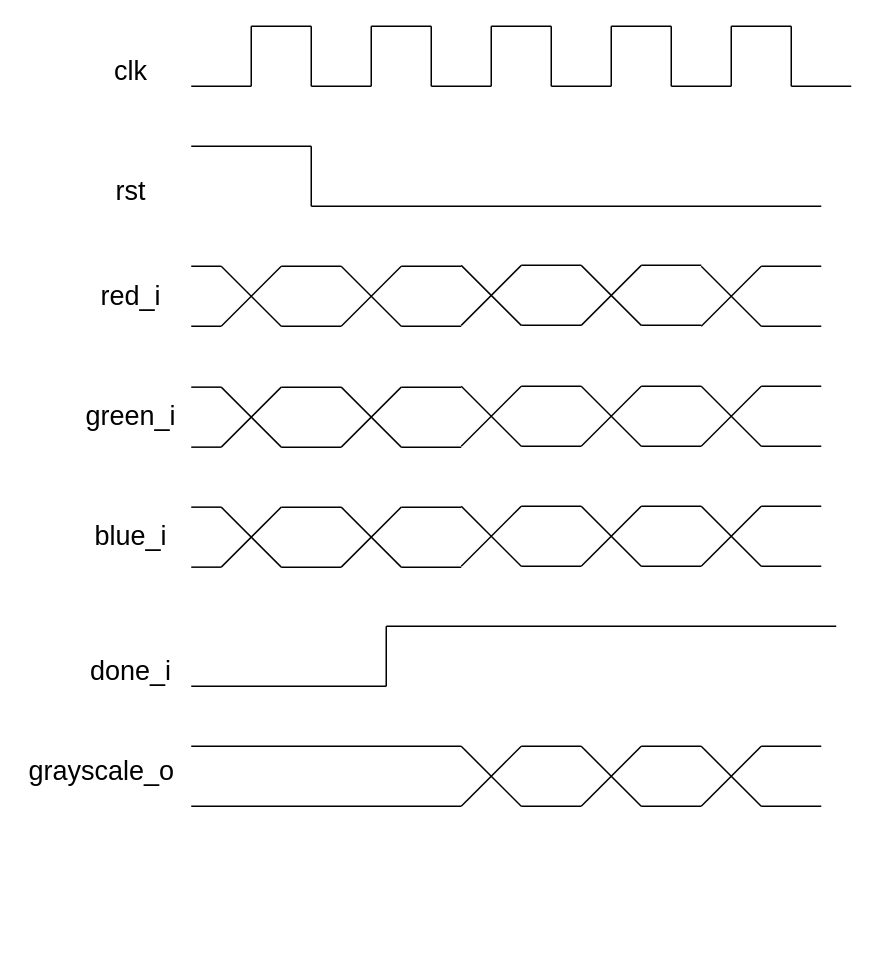
Earlier version of the draw.io diagram rgbtogray.drawio (Thanh0803/ns3-project). Source tidied: cells renumbered, new cells numbered last; positions are measured from the earlier drawing's top-left corner, leaving out a move shared by most shapes. Both pictures are drawn from the tidied source at 150%, with x=0, y=0 at pixel (26, 26).
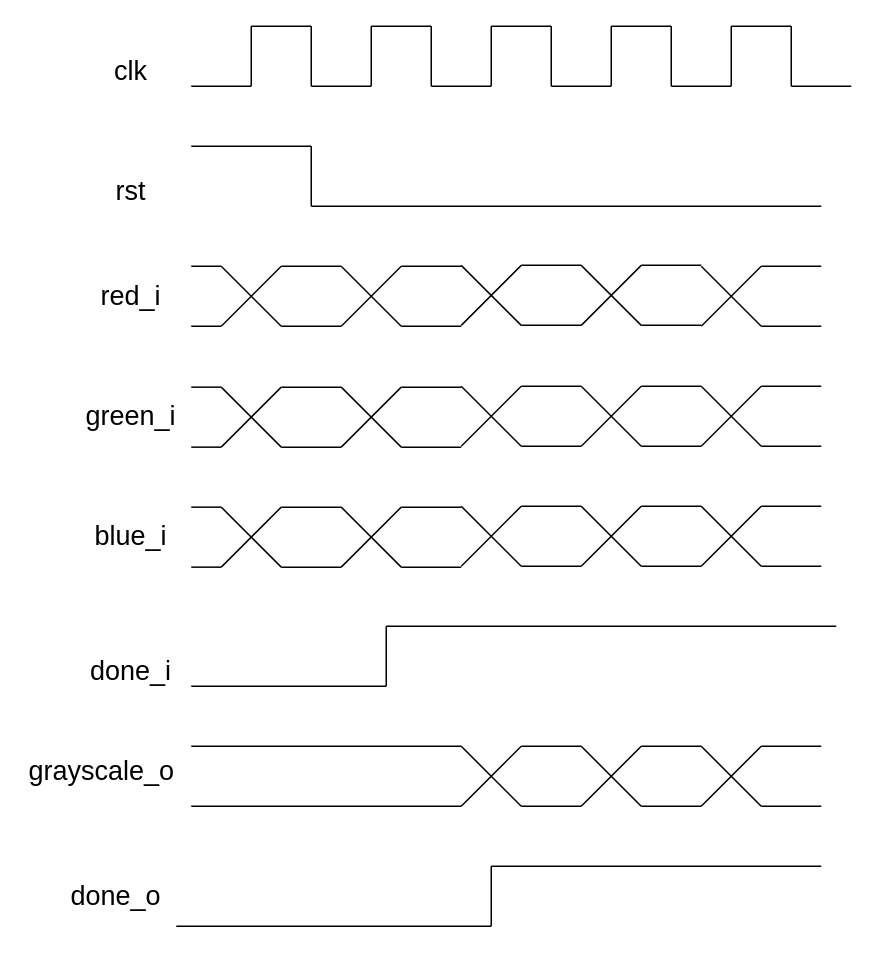
The same page after the edit.

What changed in the source:
```diff
@@
     <mxCell id="99" style="endArrow=none;html=1;" parent="1" edge="1">
       <mxGeometry relative="1" as="geometry">
-        <mxPoint x="110" y="440" as="sourcePoint" />
-        <mxPoint x="240" y="440" as="targetPoint" />
+        <mxPoint x="100" y="600" as="sourcePoint" />
+        <mxPoint x="310" y="600" as="targetPoint" />
       </mxGeometry>
     </mxCell>
@@
+    <mxCell id="117" value="&lt;font style=&quot;font-size: 18px&quot;&gt;done_o&lt;/font&gt;" style="text;html=1;strokeColor=none;fillColor=none;align=center;verticalAlign=middle;whiteSpace=wrap;rounded=0;" parent="1" vertex="1">
+      <mxGeometry x="30" y="570" width="60" height="20" as="geometry" />
+    </mxCell>
+    <mxCell id="118" style="endArrow=none;html=1;" parent="1" edge="1">
+      <mxGeometry relative="1" as="geometry">
+        <mxPoint x="110" y="440" as="sourcePoint" />
+        <mxPoint x="240" y="440" as="targetPoint" />
+      </mxGeometry>
+    </mxCell>
+    <mxCell id="119" style="endArrow=none;html=1;" parent="1" edge="1">
+      <mxGeometry relative="1" as="geometry">
+        <mxPoint x="310" y="600" as="sourcePoint" />
+        <mxPoint x="310" y="560" as="targetPoint" />
+      </mxGeometry>
+    </mxCell>
+    <mxCell id="120" style="endArrow=none;html=1;" parent="1" edge="1">
+      <mxGeometry relative="1" as="geometry">
+        <mxPoint x="310" y="560" as="sourcePoint" />
+        <mxPoint x="530" y="560" as="targetPoint" />
+      </mxGeometry>
+    </mxCell>
```
